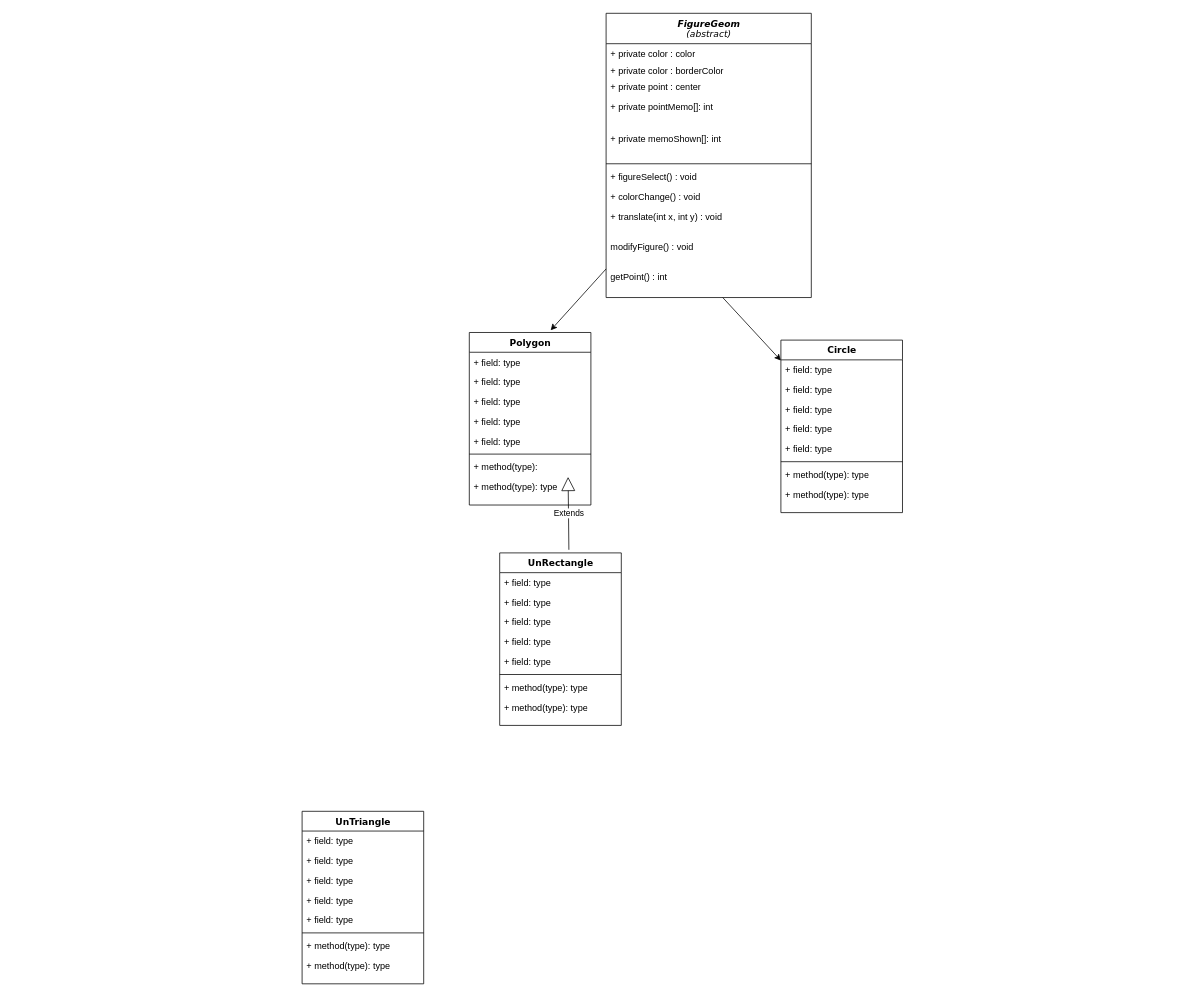
Earlier version of the draw.io diagram Untitled Diagram.drawio (DrNossberg/GeomPaint). Source tidied: cells renumbered, new cells numbered last; positions are measured from the earlier drawing's top-left corner, leaving out a move shared by most shapes. Both pictures are drawn from the tidied source at 76%, with x=0, y=0 at pixel (302, 13).
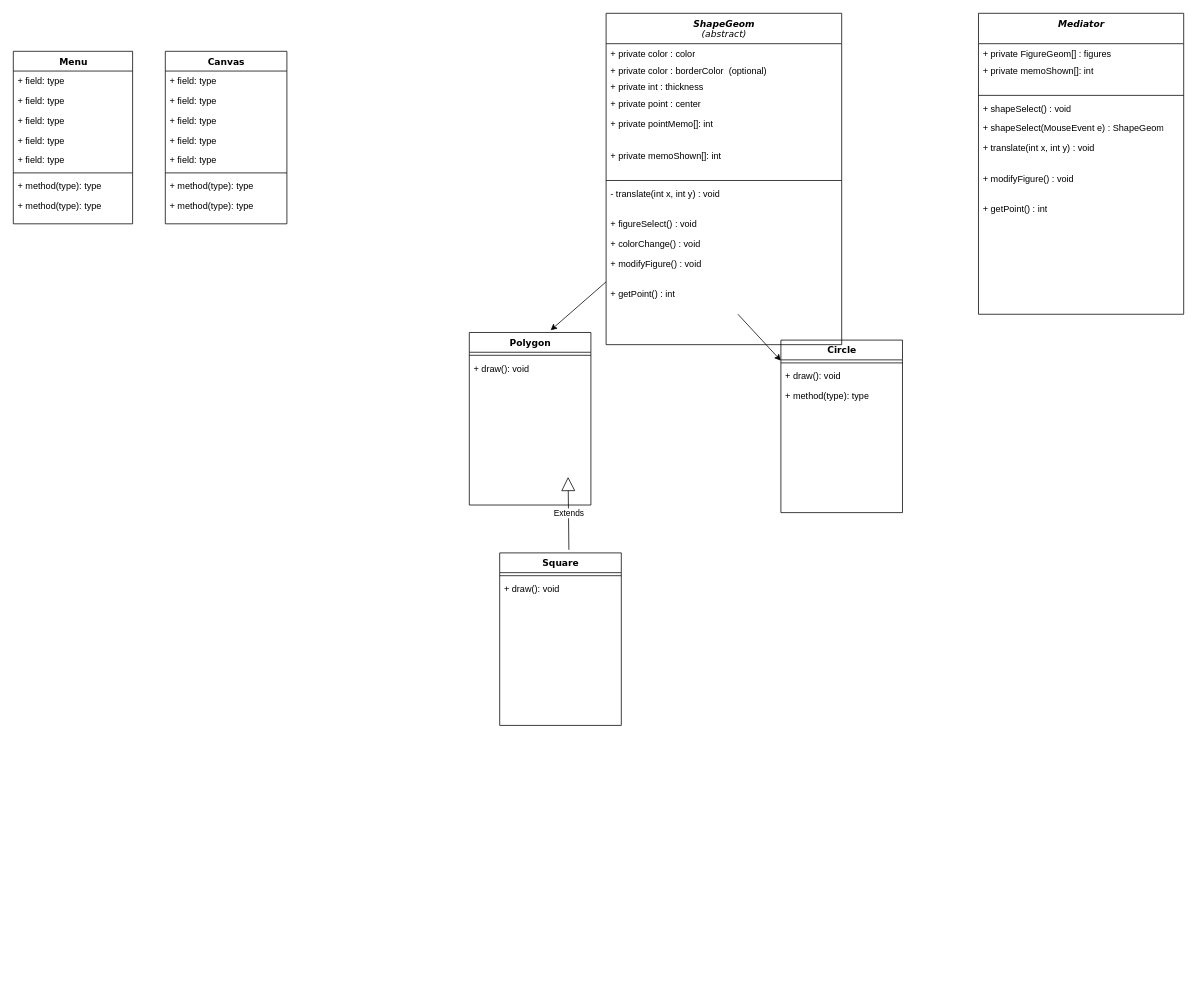
After the change.

Unchanged cells that the change refers to:
```xml
<mxCell id="15" value="Polygon" style="swimlane;html=1;fontStyle=1;align=center;verticalAlign=top;horizontal=1;startSize=26;swimlaneFillColor=#ffffff;rounded=0;shadow=0;comic=0;labelBackgroundColor=none;strokeWidth=1;fillColor=none;fontFamily=Verdana;fontSize=12;" parent="1" vertex="1">
  <mxGeometry x="220" y="420" width="160" height="227" as="geometry" />
</mxCell>
<mxCell id="24" value="Circle" style="swimlane;html=1;fontStyle=1;align=center;verticalAlign=top;horizontal=1;startSize=26;swimlaneFillColor=#ffffff;rounded=0;shadow=0;comic=0;labelBackgroundColor=none;strokeWidth=1;fillColor=none;fontFamily=Verdana;fontSize=12;" parent="1" vertex="1">
  <mxGeometry x="630" y="430" width="160" height="227" as="geometry" />
</mxCell>
```

Change to the diagram source:
```diff
@@
-    <mxCell id="2" value="&lt;div&gt;&lt;i&gt;FigureGeom&lt;/i&gt;&lt;/div&gt;&lt;div&gt;&lt;i&gt;&lt;span style=&quot;font-weight: normal&quot;&gt;(abstract)&lt;/span&gt;&lt;br&gt;&lt;/i&gt;&lt;/div&gt;" style="swimlane;html=1;fontStyle=1;align=center;verticalAlign=top;horizontal=1;startSize=40;swimlaneFillColor=#ffffff;rounded=0;shadow=0;comic=0;labelBackgroundColor=none;strokeWidth=1;fillColor=none;fontFamily=Verdana;fontSize=12;" parent="1" vertex="1">
-      <mxGeometry x="400" width="270" height="374" as="geometry" />
+    <mxCell id="2" value="&lt;div&gt;&lt;i&gt;ShapeGeom&lt;/i&gt;&lt;/div&gt;&lt;div&gt;&lt;i&gt;&lt;span style=&quot;font-weight: normal&quot;&gt;(abstract)&lt;/span&gt;&lt;br&gt;&lt;/i&gt;&lt;/div&gt;" style="swimlane;html=1;fontStyle=1;align=center;verticalAlign=top;horizontal=1;startSize=40;swimlaneFillColor=#ffffff;rounded=0;shadow=0;comic=0;labelBackgroundColor=none;strokeWidth=1;fillColor=none;fontFamily=Verdana;fontSize=12;" parent="1" vertex="1">
+      <mxGeometry x="400" width="310" height="436" as="geometry" />
     </mxCell>
     <mxCell id="3" value="&lt;div&gt;+ private color : color&lt;/div&gt;&lt;div&gt;&lt;br&gt;&lt;/div&gt;" style="text;html=1;strokeColor=none;fillColor=none;align=left;verticalAlign=top;spacingLeft=4;spacingRight=4;whiteSpace=wrap;overflow=hidden;" parent="2" vertex="1">
-      <mxGeometry y="40" width="270" height="22" as="geometry" />
+      <mxGeometry y="40" width="310" height="22" as="geometry" />
     </mxCell>
-    <mxCell id="4" value="&lt;div&gt;+ private color : borderColor&lt;/div&gt;" style="text;html=1;strokeColor=none;fillColor=none;align=left;verticalAlign=top;spacingLeft=4;spacingRight=4;whiteSpace=wrap;overflow=hidden;" parent="2" vertex="1">
-      <mxGeometry y="62" width="270" height="22" as="geometry" />
+    <mxCell id="4" value="&lt;div&gt;+ private color : borderColor&amp;nbsp; (optional)&lt;/div&gt;" style="text;html=1;strokeColor=none;fillColor=none;align=left;verticalAlign=top;spacingLeft=4;spacingRight=4;whiteSpace=wrap;overflow=hidden;" parent="2" vertex="1">
+      <mxGeometry y="62" width="310" height="22" as="geometry" />
     </mxCell>
+    <mxCell id="53" value="&lt;div&gt;+ private int : thickness&lt;/div&gt;" style="text;html=1;strokeColor=none;fillColor=none;align=left;verticalAlign=top;spacingLeft=4;spacingRight=4;whiteSpace=wrap;overflow=hidden;" parent="2" vertex="1">
+      <mxGeometry y="84" width="310" height="22" as="geometry" />
+    </mxCell>
     <mxCell id="5" value="+ private point : center" style="text;html=1;strokeColor=none;fillColor=none;align=left;verticalAlign=top;spacingLeft=4;spacingRight=4;whiteSpace=wrap;overflow=hidden;" parent="2" vertex="1">
-      <mxGeometry y="84" width="270" height="26" as="geometry" />
+      <mxGeometry y="106" width="310" height="26" as="geometry" />
     </mxCell>
     <mxCell id="6" value="&lt;div&gt;+ private pointMemo[]: int&lt;br&gt;&lt;/div&gt;&lt;div&gt;&lt;br&gt;&lt;/div&gt;" style="text;html=1;strokeColor=none;fillColor=none;align=left;verticalAlign=top;spacingLeft=4;spacingRight=4;whiteSpace=wrap;overflow=hidden;" parent="2" vertex="1">
-      <mxGeometry y="110" width="270" height="42" as="geometry" />
+      <mxGeometry y="132" width="310" height="42" as="geometry" />
     </mxCell>
     <mxCell id="7" value="&lt;div&gt;+ private memoShown[]: int&lt;br&gt;&lt;/div&gt;&lt;div&gt;&lt;br&gt;&lt;/div&gt;" style="text;html=1;strokeColor=none;fillColor=none;align=left;verticalAlign=top;spacingLeft=4;spacingRight=4;whiteSpace=wrap;overflow=hidden;" parent="2" vertex="1">
-      <mxGeometry y="152" width="270" height="42" as="geometry" />
+      <mxGeometry y="174" width="310" height="42" as="geometry" />
     </mxCell>
     <mxCell id="8" style="line;html=1;strokeWidth=1;fillColor=none;align=left;verticalAlign=middle;spacingTop=-1;spacingLeft=3;spacingRight=3;labelPosition=right;" parent="2" vertex="1">
-      <mxGeometry y="194" width="270" height="8" as="geometry" />
+      <mxGeometry y="216" width="310" height="8" as="geometry" />
     </mxCell>
+    <mxCell id="11" value="- translate(int x, int y) : void" style="text;html=1;strokeColor=none;fillColor=none;align=left;verticalAlign=top;spacingLeft=4;spacingRight=4;whiteSpace=wrap;overflow=hidden;" parent="2" vertex="1">
+      <mxGeometry y="224" width="310" height="40" as="geometry" />
+    </mxCell>
     <mxCell id="9" value="+ figureSelect() : void" style="text;html=1;strokeColor=none;fillColor=none;align=left;verticalAlign=top;spacingLeft=4;spacingRight=4;whiteSpace=wrap;overflow=hidden;" parent="2" vertex="1">
-      <mxGeometry y="202" width="270" height="26" as="geometry" />
+      <mxGeometry y="264" width="310" height="26" as="geometry" />
     </mxCell>
     <mxCell id="10" value="&lt;div&gt;+ colorChange() : void&lt;/div&gt;&lt;div&gt;&lt;br&gt;&lt;/div&gt;&lt;div&gt;&amp;nbsp; &lt;br&gt;&lt;/div&gt;&lt;div&gt;&lt;br&gt;&lt;/div&gt;&lt;div&gt;&lt;br&gt;&lt;/div&gt;" style="text;html=1;strokeColor=none;fillColor=none;align=left;verticalAlign=top;spacingLeft=4;spacingRight=4;whiteSpace=wrap;overflow=hidden;" parent="2" vertex="1">
-      <mxGeometry y="228" width="270" height="26" as="geometry" />
+      <mxGeometry y="290" width="310" height="26" as="geometry" />
     </mxCell>
-    <mxCell id="11" value="+ translate(int x, int y) : void" style="text;html=1;strokeColor=none;fillColor=none;align=left;verticalAlign=top;spacingLeft=4;spacingRight=4;whiteSpace=wrap;overflow=hidden;" parent="2" vertex="1">
-      <mxGeometry y="254" width="270" height="40" as="geometry" />
-    </mxCell>
-    <mxCell id="12" value="modifyFigure() : void" style="text;html=1;strokeColor=none;fillColor=none;align=left;verticalAlign=top;spacingLeft=4;spacingRight=4;whiteSpace=wrap;overflow=hidden;" parent="2" vertex="1">
-      <mxGeometry y="294" width="270" height="40" as="geometry" />
+    <mxCell id="12" value="+ modifyFigure() : void" style="text;html=1;strokeColor=none;fillColor=none;align=left;verticalAlign=top;spacingLeft=4;spacingRight=4;whiteSpace=wrap;overflow=hidden;" parent="2" vertex="1">
+      <mxGeometry y="316" width="310" height="40" as="geometry" />
     </mxCell>
-    <mxCell id="13" value="getPoint() : int" style="text;html=1;strokeColor=none;fillColor=none;align=left;verticalAlign=top;spacingLeft=4;spacingRight=4;whiteSpace=wrap;overflow=hidden;points=[[0,0.5],[1,0.5]];portConstraint=eastwest;" parent="2" vertex="1">
-      <mxGeometry y="334" width="270" height="40" as="geometry" />
+    <mxCell id="13" value="+ getPoint() : int" style="text;html=1;strokeColor=none;fillColor=none;align=left;verticalAlign=top;spacingLeft=4;spacingRight=4;whiteSpace=wrap;overflow=hidden;points=[[0,0.5],[1,0.5]];portConstraint=eastwest;" parent="2" vertex="1">
+      <mxGeometry y="356" width="310" height="40" as="geometry" />
     </mxCell>
@@
-    <mxCell id="16" value="+ field: type" style="text;html=1;strokeColor=none;fillColor=none;align=left;verticalAlign=top;spacingLeft=4;spacingRight=4;whiteSpace=wrap;overflow=hidden;" parent="15" vertex="1">
-      <mxGeometry y="26" width="160" height="26" as="geometry" />
-    </mxCell>
-    <mxCell id="17" value="+ field: type" style="text;html=1;strokeColor=none;fillColor=none;align=left;verticalAlign=top;spacingLeft=4;spacingRight=4;whiteSpace=wrap;overflow=hidden;" parent="15" vertex="1">
-      <mxGeometry y="52" width="160" height="26" as="geometry" />
-    </mxCell>
-    <mxCell id="18" value="+ field: type" style="text;html=1;strokeColor=none;fillColor=none;align=left;verticalAlign=top;spacingLeft=4;spacingRight=4;whiteSpace=wrap;overflow=hidden;" parent="15" vertex="1">
-      <mxGeometry y="78" width="160" height="26" as="geometry" />
-    </mxCell>
-    <mxCell id="19" value="+ field: type" style="text;html=1;strokeColor=none;fillColor=none;align=left;verticalAlign=top;spacingLeft=4;spacingRight=4;whiteSpace=wrap;overflow=hidden;" parent="15" vertex="1">
-      <mxGeometry y="104" width="160" height="26" as="geometry" />
-    </mxCell>
-    <mxCell id="20" value="+ field: type" style="text;html=1;strokeColor=none;fillColor=none;align=left;verticalAlign=top;spacingLeft=4;spacingRight=4;whiteSpace=wrap;overflow=hidden;" parent="15" vertex="1">
-      <mxGeometry y="130" width="160" height="26" as="geometry" />
-    </mxCell>
     <mxCell id="21" style="line;html=1;strokeWidth=1;fillColor=none;align=left;verticalAlign=middle;spacingTop=-1;spacingLeft=3;spacingRight=3;labelPosition=right;" parent="15" vertex="1">
-      <mxGeometry y="156" width="160" height="8" as="geometry" />
+      <mxGeometry y="26" width="160" height="8" as="geometry" />
     </mxCell>
-    <mxCell id="22" value="+ method(type): " style="text;html=1;strokeColor=none;fillColor=none;align=left;verticalAlign=top;spacingLeft=4;spacingRight=4;whiteSpace=wrap;overflow=hidden;" parent="15" vertex="1">
-      <mxGeometry y="164" width="160" height="26" as="geometry" />
-    </mxCell>
-    <mxCell id="23" value="+ method(type): type" style="text;html=1;strokeColor=none;fillColor=none;align=left;verticalAlign=top;spacingLeft=4;spacingRight=4;whiteSpace=wrap;overflow=hidden;" parent="15" vertex="1">
-      <mxGeometry y="190" width="160" height="26" as="geometry" />
-    </mxCell>
+    <mxCell id="54" value="+ draw(): void" style="text;html=1;strokeColor=none;fillColor=none;align=left;verticalAlign=top;spacingLeft=4;spacingRight=4;whiteSpace=wrap;overflow=hidden;" parent="15" vertex="1">
+      <mxGeometry y="34" width="160" height="26" as="geometry" />
+    </mxCell>
@@
-    <mxCell id="25" value="+ field: type" style="text;html=1;strokeColor=none;fillColor=none;align=left;verticalAlign=top;spacingLeft=4;spacingRight=4;whiteSpace=wrap;overflow=hidden;" parent="24" vertex="1">
-      <mxGeometry y="26" width="160" height="26" as="geometry" />
-    </mxCell>
-    <mxCell id="26" value="+ field: type" style="text;html=1;strokeColor=none;fillColor=none;align=left;verticalAlign=top;spacingLeft=4;spacingRight=4;whiteSpace=wrap;overflow=hidden;" parent="24" vertex="1">
-      <mxGeometry y="52" width="160" height="26" as="geometry" />
-    </mxCell>
-    <mxCell id="27" value="+ field: type" style="text;html=1;strokeColor=none;fillColor=none;align=left;verticalAlign=top;spacingLeft=4;spacingRight=4;whiteSpace=wrap;overflow=hidden;" parent="24" vertex="1">
-      <mxGeometry y="78" width="160" height="26" as="geometry" />
-    </mxCell>
-    <mxCell id="28" value="+ field: type" style="text;html=1;strokeColor=none;fillColor=none;align=left;verticalAlign=top;spacingLeft=4;spacingRight=4;whiteSpace=wrap;overflow=hidden;" parent="24" vertex="1">
-      <mxGeometry y="104" width="160" height="26" as="geometry" />
-    </mxCell>
-    <mxCell id="29" value="+ field: type" style="text;html=1;strokeColor=none;fillColor=none;align=left;verticalAlign=top;spacingLeft=4;spacingRight=4;whiteSpace=wrap;overflow=hidden;" parent="24" vertex="1">
-      <mxGeometry y="130" width="160" height="26" as="geometry" />
-    </mxCell>
     <mxCell id="30" style="line;html=1;strokeWidth=1;fillColor=none;align=left;verticalAlign=middle;spacingTop=-1;spacingLeft=3;spacingRight=3;labelPosition=right;" parent="24" vertex="1">
-      <mxGeometry y="156" width="160" height="8" as="geometry" />
+      <mxGeometry y="26" width="160" height="8" as="geometry" />
     </mxCell>
-    <mxCell id="31" value="+ method(type): type" style="text;html=1;strokeColor=none;fillColor=none;align=left;verticalAlign=top;spacingLeft=4;spacingRight=4;whiteSpace=wrap;overflow=hidden;" parent="24" vertex="1">
-      <mxGeometry y="164" width="160" height="26" as="geometry" />
+    <mxCell id="31" value="+ draw(): void" style="text;html=1;strokeColor=none;fillColor=none;align=left;verticalAlign=top;spacingLeft=4;spacingRight=4;whiteSpace=wrap;overflow=hidden;" parent="24" vertex="1">
+      <mxGeometry y="34" width="160" height="26" as="geometry" />
     </mxCell>
     <mxCell id="32" value="+ method(type): type" style="text;html=1;strokeColor=none;fillColor=none;align=left;verticalAlign=top;spacingLeft=4;spacingRight=4;whiteSpace=wrap;overflow=hidden;" parent="24" vertex="1">
-      <mxGeometry y="190" width="160" height="26" as="geometry" />
+      <mxGeometry y="60" width="160" height="26" as="geometry" />
     </mxCell>
@@
-    <mxCell id="34" value="UnTriangle" style="swimlane;html=1;fontStyle=1;align=center;verticalAlign=top;horizontal=1;startSize=26;swimlaneFillColor=#ffffff;rounded=0;shadow=0;comic=0;labelBackgroundColor=none;strokeWidth=1;fillColor=none;fontFamily=Verdana;fontSize=12;" parent="1" vertex="1">
-      <mxGeometry y="1050" width="160" height="227" as="geometry" />
+    <mxCell id="34" value="Canvas" style="swimlane;html=1;fontStyle=1;align=center;verticalAlign=top;horizontal=1;startSize=26;swimlaneFillColor=#ffffff;rounded=0;shadow=0;comic=0;labelBackgroundColor=none;strokeWidth=1;fillColor=none;fontFamily=Verdana;fontSize=12;" parent="1" vertex="1">
+      <mxGeometry x="-180" y="50" width="160" height="227" as="geometry" />
     </mxCell>
@@
-    <mxCell id="43" value="UnRectangle" style="swimlane;html=1;fontStyle=1;align=center;verticalAlign=top;horizontal=1;startSize=26;swimlaneFillColor=#ffffff;rounded=0;shadow=0;comic=0;labelBackgroundColor=none;strokeWidth=1;fillColor=none;fontFamily=Verdana;fontSize=12;" parent="1" vertex="1">
+    <mxCell id="43" value="Square" style="swimlane;html=1;fontStyle=1;align=center;verticalAlign=top;horizontal=1;startSize=26;swimlaneFillColor=#ffffff;rounded=0;shadow=0;comic=0;labelBackgroundColor=none;strokeWidth=1;fillColor=none;fontFamily=Verdana;fontSize=12;" parent="1" vertex="1">
       <mxGeometry x="260" y="710" width="160" height="227" as="geometry" />
     </mxCell>
-    <mxCell id="44" value="+ field: type" style="text;html=1;strokeColor=none;fillColor=none;align=left;verticalAlign=top;spacingLeft=4;spacingRight=4;whiteSpace=wrap;overflow=hidden;" parent="43" vertex="1">
-      <mxGeometry y="26" width="160" height="26" as="geometry" />
-    </mxCell>
-    <mxCell id="45" value="+ field: type" style="text;html=1;strokeColor=none;fillColor=none;align=left;verticalAlign=top;spacingLeft=4;spacingRight=4;whiteSpace=wrap;overflow=hidden;" parent="43" vertex="1">
-      <mxGeometry y="52" width="160" height="26" as="geometry" />
-    </mxCell>
-    <mxCell id="46" value="+ field: type" style="text;html=1;strokeColor=none;fillColor=none;align=left;verticalAlign=top;spacingLeft=4;spacingRight=4;whiteSpace=wrap;overflow=hidden;" parent="43" vertex="1">
-      <mxGeometry y="78" width="160" height="26" as="geometry" />
-    </mxCell>
-    <mxCell id="47" value="+ field: type" style="text;html=1;strokeColor=none;fillColor=none;align=left;verticalAlign=top;spacingLeft=4;spacingRight=4;whiteSpace=wrap;overflow=hidden;" parent="43" vertex="1">
-      <mxGeometry y="104" width="160" height="26" as="geometry" />
-    </mxCell>
-    <mxCell id="48" value="+ field: type" style="text;html=1;strokeColor=none;fillColor=none;align=left;verticalAlign=top;spacingLeft=4;spacingRight=4;whiteSpace=wrap;overflow=hidden;" parent="43" vertex="1">
-      <mxGeometry y="130" width="160" height="26" as="geometry" />
-    </mxCell>
     <mxCell id="49" style="line;html=1;strokeWidth=1;fillColor=none;align=left;verticalAlign=middle;spacingTop=-1;spacingLeft=3;spacingRight=3;labelPosition=right;" parent="43" vertex="1">
-      <mxGeometry y="156" width="160" height="8" as="geometry" />
+      <mxGeometry y="26" width="160" height="8" as="geometry" />
     </mxCell>
-    <mxCell id="50" value="+ method(type): type" style="text;html=1;strokeColor=none;fillColor=none;align=left;verticalAlign=top;spacingLeft=4;spacingRight=4;whiteSpace=wrap;overflow=hidden;" parent="43" vertex="1">
-      <mxGeometry y="164" width="160" height="26" as="geometry" />
-    </mxCell>
-    <mxCell id="51" value="+ method(type): type" style="text;html=1;strokeColor=none;fillColor=none;align=left;verticalAlign=top;spacingLeft=4;spacingRight=4;whiteSpace=wrap;overflow=hidden;" parent="43" vertex="1">
-      <mxGeometry y="190" width="160" height="26" as="geometry" />
-    </mxCell>
+    <mxCell id="55" value="+ draw(): void" style="text;html=1;strokeColor=none;fillColor=none;align=left;verticalAlign=top;spacingLeft=4;spacingRight=4;whiteSpace=wrap;overflow=hidden;" parent="43" vertex="1">
+      <mxGeometry y="34" width="160" height="26" as="geometry" />
+    </mxCell>
@@
+    <mxCell id="56" value="&lt;div&gt;&lt;i&gt;Mediator&lt;/i&gt;&lt;/div&gt;" style="swimlane;html=1;fontStyle=1;align=center;verticalAlign=top;horizontal=1;startSize=40;swimlaneFillColor=#ffffff;rounded=0;shadow=0;comic=0;labelBackgroundColor=none;strokeWidth=1;fillColor=none;fontFamily=Verdana;fontSize=12;" parent="1" vertex="1">
+      <mxGeometry x="890" width="270" height="396" as="geometry" />
+    </mxCell>
+    <mxCell id="57" value="&lt;div&gt;+ private FigureGeom[] : figures&lt;br&gt;&lt;/div&gt;&lt;div&gt;&lt;br&gt;&lt;/div&gt;" style="text;html=1;strokeColor=none;fillColor=none;align=left;verticalAlign=top;spacingLeft=4;spacingRight=4;whiteSpace=wrap;overflow=hidden;" parent="56" vertex="1">
+      <mxGeometry y="40" width="270" height="22" as="geometry" />
+    </mxCell>
+    <mxCell id="58" value="&lt;div&gt;+ private memoShown[]: int&lt;br&gt;&lt;/div&gt;&lt;div&gt;&lt;br&gt;&lt;/div&gt;" style="text;html=1;strokeColor=none;fillColor=none;align=left;verticalAlign=top;spacingLeft=4;spacingRight=4;whiteSpace=wrap;overflow=hidden;" parent="56" vertex="1">
+      <mxGeometry y="62" width="270" height="42" as="geometry" />
+    </mxCell>
+    <mxCell id="59" style="line;html=1;strokeWidth=1;fillColor=none;align=left;verticalAlign=middle;spacingTop=-1;spacingLeft=3;spacingRight=3;labelPosition=right;" parent="56" vertex="1">
+      <mxGeometry y="104" width="270" height="8" as="geometry" />
+    </mxCell>
+    <mxCell id="60" value="+ shapeSelect() : void" style="text;html=1;strokeColor=none;fillColor=none;align=left;verticalAlign=top;spacingLeft=4;spacingRight=4;whiteSpace=wrap;overflow=hidden;" parent="56" vertex="1">
+      <mxGeometry y="112" width="270" height="26" as="geometry" />
+    </mxCell>
+    <mxCell id="61" value="+ shapeSelect(MouseEvent e) : ShapeGeom" style="text;html=1;strokeColor=none;fillColor=none;align=left;verticalAlign=top;spacingLeft=4;spacingRight=4;whiteSpace=wrap;overflow=hidden;" parent="56" vertex="1">
+      <mxGeometry y="138" width="270" height="26" as="geometry" />
+    </mxCell>
+    <mxCell id="62" value="+ translate(int x, int y) : void" style="text;html=1;strokeColor=none;fillColor=none;align=left;verticalAlign=top;spacingLeft=4;spacingRight=4;whiteSpace=wrap;overflow=hidden;" parent="56" vertex="1">
+      <mxGeometry y="164" width="270" height="40" as="geometry" />
+    </mxCell>
+    <mxCell id="63" value="+ modifyFigure() : void" style="text;html=1;strokeColor=none;fillColor=none;align=left;verticalAlign=top;spacingLeft=4;spacingRight=4;whiteSpace=wrap;overflow=hidden;" parent="56" vertex="1">
+      <mxGeometry y="204" width="270" height="40" as="geometry" />
+    </mxCell>
+    <mxCell id="64" value="+ getPoint() : int" style="text;html=1;strokeColor=none;fillColor=none;align=left;verticalAlign=top;spacingLeft=4;spacingRight=4;whiteSpace=wrap;overflow=hidden;" parent="56" vertex="1">
+      <mxGeometry y="244" width="270" height="40" as="geometry" />
+    </mxCell>
+    <mxCell id="65" value="Menu&lt;br&gt;" style="swimlane;html=1;fontStyle=1;align=center;verticalAlign=top;horizontal=1;startSize=26;swimlaneFillColor=#ffffff;rounded=0;shadow=0;comic=0;labelBackgroundColor=none;strokeWidth=1;fillColor=none;fontFamily=Verdana;fontSize=12;" parent="1" vertex="1">
+      <mxGeometry x="-380" y="50" width="157" height="227" as="geometry" />
+    </mxCell>
+    <mxCell id="66" value="+ field: type" style="text;html=1;strokeColor=none;fillColor=none;align=left;verticalAlign=top;spacingLeft=4;spacingRight=4;whiteSpace=wrap;overflow=hidden;" parent="65" vertex="1">
+      <mxGeometry y="26" width="157" height="26" as="geometry" />
+    </mxCell>
+    <mxCell id="67" value="+ field: type" style="text;html=1;strokeColor=none;fillColor=none;align=left;verticalAlign=top;spacingLeft=4;spacingRight=4;whiteSpace=wrap;overflow=hidden;" parent="65" vertex="1">
+      <mxGeometry y="52" width="157" height="26" as="geometry" />
+    </mxCell>
+    <mxCell id="68" value="+ field: type" style="text;html=1;strokeColor=none;fillColor=none;align=left;verticalAlign=top;spacingLeft=4;spacingRight=4;whiteSpace=wrap;overflow=hidden;" parent="65" vertex="1">
+      <mxGeometry y="78" width="157" height="26" as="geometry" />
+    </mxCell>
+    <mxCell id="69" value="+ field: type" style="text;html=1;strokeColor=none;fillColor=none;align=left;verticalAlign=top;spacingLeft=4;spacingRight=4;whiteSpace=wrap;overflow=hidden;" parent="65" vertex="1">
+      <mxGeometry y="104" width="157" height="26" as="geometry" />
+    </mxCell>
+    <mxCell id="70" value="+ field: type" style="text;html=1;strokeColor=none;fillColor=none;align=left;verticalAlign=top;spacingLeft=4;spacingRight=4;whiteSpace=wrap;overflow=hidden;" parent="65" vertex="1">
+      <mxGeometry y="130" width="157" height="26" as="geometry" />
+    </mxCell>
+    <mxCell id="71" style="line;html=1;strokeWidth=1;fillColor=none;align=left;verticalAlign=middle;spacingTop=-1;spacingLeft=3;spacingRight=3;labelPosition=right;" parent="65" vertex="1">
+      <mxGeometry y="156" width="157" height="8" as="geometry" />
+    </mxCell>
+    <mxCell id="72" value="+ method(type): type" style="text;html=1;strokeColor=none;fillColor=none;align=left;verticalAlign=top;spacingLeft=4;spacingRight=4;whiteSpace=wrap;overflow=hidden;" parent="65" vertex="1">
+      <mxGeometry y="164" width="157" height="26" as="geometry" />
+    </mxCell>
+    <mxCell id="73" value="+ method(type): type" style="text;html=1;strokeColor=none;fillColor=none;align=left;verticalAlign=top;spacingLeft=4;spacingRight=4;whiteSpace=wrap;overflow=hidden;" parent="65" vertex="1">
+      <mxGeometry y="190" width="157" height="26" as="geometry" />
+    </mxCell>
```
